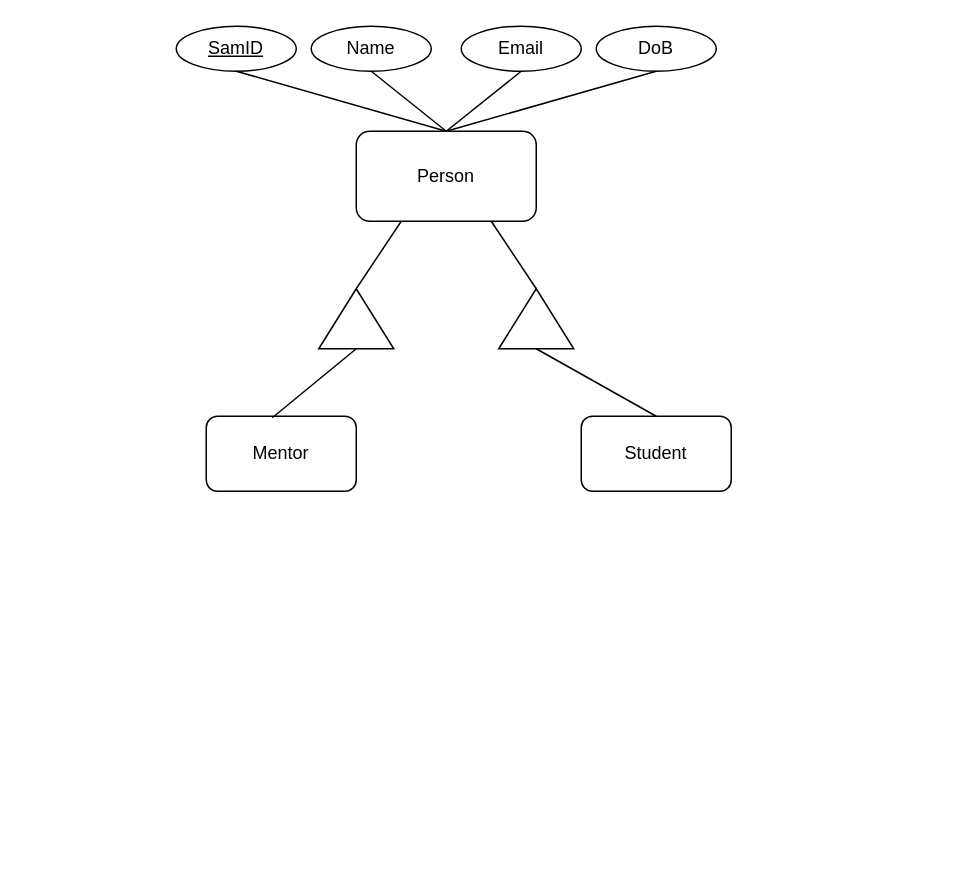
Earlier version of the draw.io diagram studentDB.drawio (Trravo/TB-studentDatabase). Source tidied: cells renumbered, new cells numbered last; positions are measured from the earlier drawing's top-left corner, leaving out a move shared by most shapes. Both pictures are drawn from the tidied source at 150%, with x=0, y=0 at pixel (176, 26).
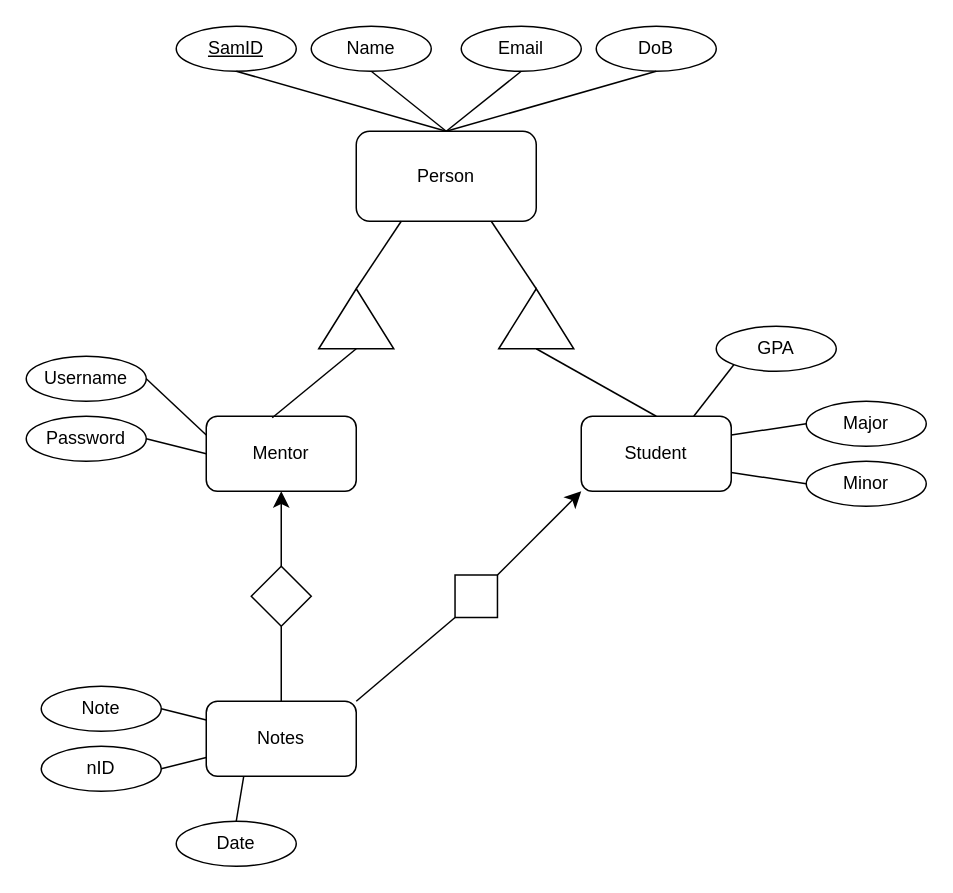
The same diagram, later.

Unchanged cells that the change refers to:
```xml
<mxCell id="15" value="Mentor" style="rounded=1;whiteSpace=wrap;html=1;" parent="1" vertex="1">
  <mxGeometry x="20" y="260" width="100" height="50" as="geometry" />
</mxCell>
<mxCell id="16" value="Student" style="rounded=1;whiteSpace=wrap;html=1;" parent="1" vertex="1">
  <mxGeometry x="270" y="260" width="100" height="50" as="geometry" />
</mxCell>
```

Diff of the diagram source:
```diff
@@
+    <mxCell id="19" value="Username" style="ellipse;whiteSpace=wrap;html=1;" parent="1" vertex="1">
+      <mxGeometry x="-100" y="220" width="80" height="30" as="geometry" />
+    </mxCell>
+    <mxCell id="20" value="Password" style="ellipse;whiteSpace=wrap;html=1;" parent="1" vertex="1">
+      <mxGeometry x="-100" y="260" width="80" height="30" as="geometry" />
+    </mxCell>
+    <mxCell id="21" style="endArrow=none;html=1;rounded=0;fontSize=12;startSize=8;endSize=8;curved=1;entryX=1;entryY=0.5;entryDx=0;entryDy=0;exitX=0;exitY=0.5;exitDx=0;exitDy=0;" parent="1" edge="1" source="15" target="20">
+      <mxGeometry relative="1" as="geometry" />
+    </mxCell>
+    <mxCell id="22" style="endArrow=none;html=1;rounded=0;fontSize=12;startSize=8;endSize=8;curved=1;entryX=1;entryY=0.5;entryDx=0;entryDy=0;exitX=0;exitY=0.25;exitDx=0;exitDy=0;" parent="1" edge="1" source="15" target="19">
+      <mxGeometry relative="1" as="geometry" />
+    </mxCell>
+    <mxCell id="23" style="endArrow=classic;html=1;rounded=0;fontSize=12;startSize=8;endSize=8;curved=1;entryX=0.5;entryY=1;entryDx=0;entryDy=0;" parent="1" edge="1" source="24" target="15">
+      <mxGeometry relative="1" as="geometry">
+        <Array as="points">
+          <mxPoint x="70" y="340" />
+        </Array>
+      </mxGeometry>
+    </mxCell>
+    <mxCell id="24" style="rhombus;whiteSpace=wrap;html=1;" parent="1" vertex="1">
+      <mxGeometry x="50" y="360" width="40" height="40" as="geometry" />
+    </mxCell>
+    <mxCell id="25" style="edgeStyle=none;curved=1;rounded=0;orthogonalLoop=1;jettySize=auto;html=1;exitX=0;exitY=1;exitDx=0;exitDy=0;fontSize=12;startSize=8;endSize=8;" parent="1" edge="1" source="24" target="24">
+      <mxGeometry relative="1" as="geometry" />
+    </mxCell>
+    <mxCell id="26" style="endArrow=none;html=1;rounded=0;fontSize=12;startSize=8;endSize=8;curved=1;entryX=0.5;entryY=1;entryDx=0;entryDy=0;exitX=0.5;exitY=0;exitDx=0;exitDy=0;" parent="1" edge="1" source="27" target="24">
+      <mxGeometry relative="1" as="geometry" />
+    </mxCell>
+    <mxCell id="27" value="Notes" style="rounded=1;whiteSpace=wrap;html=1;" parent="1" vertex="1">
+      <mxGeometry x="20" y="450" width="100" height="50" as="geometry" />
+    </mxCell>
+    <mxCell id="28" value="Date" style="ellipse;whiteSpace=wrap;html=1;" parent="1" vertex="1">
+      <mxGeometry y="530" width="80" height="30" as="geometry" />
+    </mxCell>
+    <mxCell id="29" value="Note" style="ellipse;whiteSpace=wrap;html=1;" parent="1" vertex="1">
+      <mxGeometry x="-90" y="440" width="80" height="30" as="geometry" />
+    </mxCell>
+    <mxCell id="30" value="nID" style="ellipse;whiteSpace=wrap;html=1;" parent="1" vertex="1">
+      <mxGeometry x="-90" y="480" width="80" height="30" as="geometry" />
+    </mxCell>
+    <mxCell id="31" style="endArrow=none;html=1;rounded=0;fontSize=12;startSize=8;endSize=8;curved=1;exitX=1;exitY=0.5;exitDx=0;exitDy=0;entryX=0;entryY=0.25;entryDx=0;entryDy=0;" parent="1" edge="1" source="29" target="27">
+      <mxGeometry relative="1" as="geometry" />
+    </mxCell>
+    <mxCell id="32" style="endArrow=none;html=1;rounded=0;fontSize=12;startSize=8;endSize=8;curved=1;entryX=1;entryY=0.5;entryDx=0;entryDy=0;exitX=0;exitY=0.75;exitDx=0;exitDy=0;" parent="1" edge="1" source="27" target="30">
+      <mxGeometry relative="1" as="geometry" />
+    </mxCell>
+    <mxCell id="33" style="endArrow=none;html=1;rounded=0;fontSize=12;startSize=8;endSize=8;curved=1;entryX=0.5;entryY=0;entryDx=0;entryDy=0;exitX=0.25;exitY=1;exitDx=0;exitDy=0;" parent="1" edge="1" source="27" target="28">
+      <mxGeometry relative="1" as="geometry" />
+    </mxCell>
+    <mxCell id="34" style="rhombus;whiteSpace=wrap;html=1;rotation=45;" parent="1" vertex="1">
+      <mxGeometry x="180" y="360" width="40" height="40" as="geometry" />
+    </mxCell>
+    <mxCell id="35" style="endArrow=classic;html=1;rounded=0;fontSize=12;startSize=8;endSize=8;curved=1;exitX=0.5;exitY=0;exitDx=0;exitDy=0;entryX=0;entryY=1;entryDx=0;entryDy=0;" parent="1" edge="1" source="34" target="16">
+      <mxGeometry relative="1" as="geometry" />
+    </mxCell>
+    <mxCell id="36" style="endArrow=none;html=1;rounded=0;fontSize=12;startSize=8;endSize=8;curved=1;entryX=0.5;entryY=1;entryDx=0;entryDy=0;exitX=1;exitY=0;exitDx=0;exitDy=0;" parent="1" edge="1" source="27" target="34">
+      <mxGeometry relative="1" as="geometry" />
+    </mxCell>
+    <mxCell id="37" value="Minor" style="ellipse;whiteSpace=wrap;html=1;" parent="1" vertex="1">
+      <mxGeometry x="420" y="290" width="80" height="30" as="geometry" />
+    </mxCell>
+    <mxCell id="38" value="Major" style="ellipse;whiteSpace=wrap;html=1;" parent="1" vertex="1">
+      <mxGeometry x="420" y="250" width="80" height="30" as="geometry" />
+    </mxCell>
+    <mxCell id="39" value="GPA" style="ellipse;whiteSpace=wrap;html=1;" parent="1" vertex="1">
+      <mxGeometry x="360" y="200" width="80" height="30" as="geometry" />
+    </mxCell>
+    <mxCell id="40" style="endArrow=none;html=1;rounded=0;fontSize=12;startSize=8;endSize=8;curved=1;entryX=0;entryY=0.5;entryDx=0;entryDy=0;exitX=1;exitY=0.25;exitDx=0;exitDy=0;" parent="1" edge="1" source="16" target="38">
+      <mxGeometry relative="1" as="geometry" />
+    </mxCell>
+    <mxCell id="41" style="endArrow=none;html=1;rounded=0;fontSize=12;startSize=8;endSize=8;curved=1;entryX=0;entryY=0.5;entryDx=0;entryDy=0;exitX=1;exitY=0.75;exitDx=0;exitDy=0;" parent="1" edge="1" source="16" target="37">
+      <mxGeometry relative="1" as="geometry" />
+    </mxCell>
+    <mxCell id="42" style="endArrow=none;html=1;rounded=0;fontSize=12;startSize=8;endSize=8;curved=1;entryX=0;entryY=1;entryDx=0;entryDy=0;exitX=0.75;exitY=0;exitDx=0;exitDy=0;" parent="1" edge="1" source="16" target="39">
+      <mxGeometry relative="1" as="geometry" />
+    </mxCell>
```
